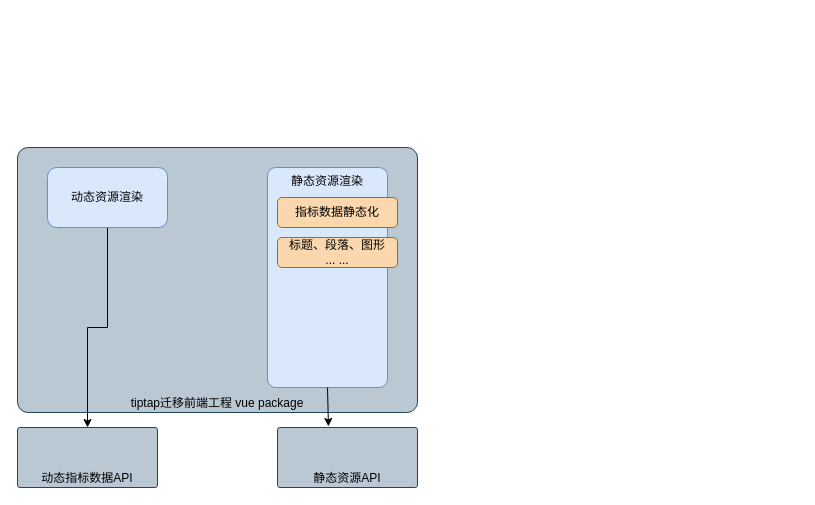
The draw.io diagram tiptapRendering-VUE.drawio in lance631/notes, before the edit. Source tidied: cells renumbered, new cells numbered last; positions are measured from the earlier drawing's top-left corner, leaving out a move shared by most shapes. Both pictures are drawn from the tidied source at 100%, with x=0, y=0 at pixel (17, 147).
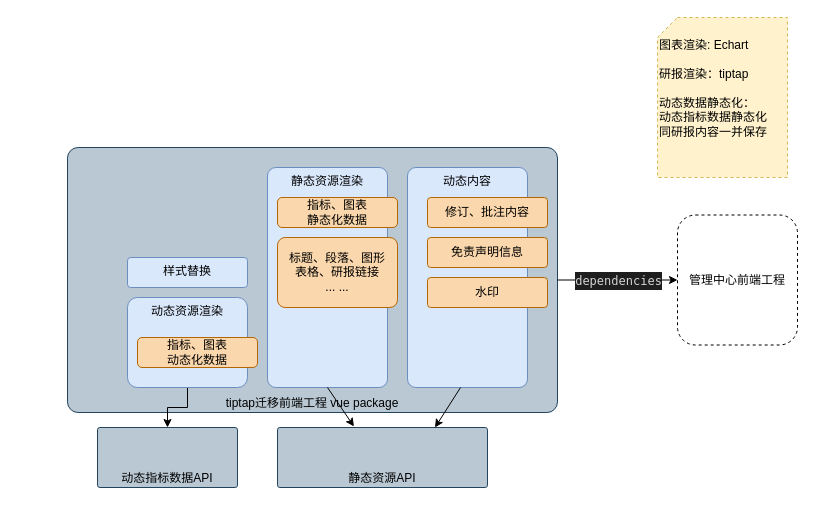
The same diagram, later.

Change to the diagram source:
```diff
@@
     <mxCell id="2" value="tiptap迁移前端工程 vue package" style="rounded=1;whiteSpace=wrap;html=1;fillColor=#bac8d3;strokeColor=#23445d;verticalAlign=bottom;arcSize=4;" parent="1" vertex="1">
-      <mxGeometry width="400" height="265" as="geometry" />
+      <mxGeometry x="50" width="490" height="265" as="geometry" />
     </mxCell>
@@
-    <mxCell id="4" value="动态资源渲染" style="rounded=1;whiteSpace=wrap;html=1;fillColor=#dae8fc;strokeColor=#6c8ebf;" parent="1" vertex="1">
-      <mxGeometry x="30" y="20" width="120" height="60" as="geometry" />
+    <mxCell id="4" value="动态资源渲染" style="rounded=1;whiteSpace=wrap;html=1;fillColor=#dae8fc;strokeColor=#6c8ebf;verticalAlign=top;arcSize=11;" parent="1" vertex="1">
+      <mxGeometry x="110" y="150" width="120" height="90" as="geometry" />
     </mxCell>
@@
-    <mxCell id="6" value="标题、段落、图形 &lt;br&gt;... ..." style="rounded=1;whiteSpace=wrap;html=1;fillColor=#fad7ac;strokeColor=#b46504;" parent="1" vertex="1">
-      <mxGeometry x="260" y="90" width="120" height="30" as="geometry" />
+    <mxCell id="6" value="标题、段落、图形 &lt;br&gt;表格、研报链接&lt;br&gt;... ..." style="rounded=1;whiteSpace=wrap;html=1;fillColor=#fad7ac;strokeColor=#b46504;arcSize=11;" parent="1" vertex="1">
+      <mxGeometry x="260" y="90" width="120" height="70" as="geometry" />
     </mxCell>
     <mxCell id="7" value="动态指标数据API" style="rounded=1;whiteSpace=wrap;html=1;fillColor=#bac8d3;strokeColor=#23445d;verticalAlign=bottom;arcSize=4;" parent="1" vertex="1">
-      <mxGeometry y="280" width="140" height="60" as="geometry" />
+      <mxGeometry x="80" y="280" width="140" height="60" as="geometry" />
     </mxCell>
     <mxCell id="8" value="静态资源API" style="rounded=1;whiteSpace=wrap;html=1;fillColor=#bac8d3;strokeColor=#23445d;verticalAlign=bottom;arcSize=4;" parent="1" vertex="1">
-      <mxGeometry x="260" y="280" width="140" height="60" as="geometry" />
+      <mxGeometry x="260" y="280" width="210" height="60" as="geometry" />
     </mxCell>
-    <mxCell id="9" value="指标数据静态化" style="rounded=1;whiteSpace=wrap;html=1;fillColor=#fad7ac;strokeColor=#b46504;" parent="1" vertex="1">
+    <mxCell id="9" value="指标、图表&lt;br&gt;静态化数据" style="rounded=1;whiteSpace=wrap;html=1;fillColor=#fad7ac;strokeColor=#b46504;" parent="1" vertex="1">
       <mxGeometry x="260" y="50" width="120" height="30" as="geometry" />
     </mxCell>
@@
+    <mxCell id="11" value="指标、图表&lt;br&gt;动态化数据" style="rounded=1;whiteSpace=wrap;html=1;fillColor=#fad7ac;strokeColor=#b46504;" parent="1" vertex="1">
+      <mxGeometry x="120" y="190" width="120" height="30" as="geometry" />
+    </mxCell>
+    <mxCell id="12" value="动态内容" style="rounded=1;whiteSpace=wrap;html=1;fillColor=#dae8fc;strokeColor=#6c8ebf;arcSize=7;verticalAlign=top;" parent="1" vertex="1">
+      <mxGeometry x="390" y="20" width="120" height="220" as="geometry" />
+    </mxCell>
+    <mxCell id="13" value="修订、批注内容" style="rounded=1;whiteSpace=wrap;html=1;fillColor=#fad7ac;strokeColor=#b46504;arcSize=11;" parent="1" vertex="1">
+      <mxGeometry x="410" y="50" width="120" height="30" as="geometry" />
+    </mxCell>
+    <mxCell id="14" value="免责声明信息" style="rounded=1;whiteSpace=wrap;html=1;fillColor=#fad7ac;strokeColor=#b46504;arcSize=11;" parent="1" vertex="1">
+      <mxGeometry x="410" y="90" width="120" height="30" as="geometry" />
+    </mxCell>
+    <mxCell id="15" style="endArrow=classic;html=1;rounded=0;entryX=0.75;entryY=0;entryDx=0;entryDy=0;exitX=0.442;exitY=1;exitDx=0;exitDy=0;exitPerimeter=0;" parent="1" edge="1" source="12" target="8">
+      <mxGeometry relative="1" as="geometry" />
+    </mxCell>
+    <mxCell id="16" value="&lt;br&gt;图表渲染: Echart&lt;br&gt;&lt;br&gt;研报渲染：tiptap&lt;br&gt;&lt;br&gt;动态数据静态化：&lt;br&gt;动态指标数据静态化&lt;br&gt;同研报内容一并保存&lt;br&gt;&lt;br&gt;" style="shape=card;whiteSpace=wrap;html=1;dashed=1;size=20;fillColor=#fff2cc;strokeColor=#d6b656;verticalAlign=top;align=left;" parent="1" vertex="1">
+      <mxGeometry x="640" y="-130" width="130" height="160" as="geometry" />
+    </mxCell>
+    <mxCell id="17" value="水印" style="rounded=1;whiteSpace=wrap;html=1;fillColor=#fad7ac;strokeColor=#b46504;arcSize=11;" parent="1" vertex="1">
+      <mxGeometry x="410" y="130" width="120" height="30" as="geometry" />
+    </mxCell>
+    <mxCell id="18" value="管理中心前端工程" style="rounded=1;whiteSpace=wrap;html=1;dashed=1;" parent="1" vertex="1">
+      <mxGeometry x="660" y="67.5" width="120" height="130" as="geometry" />
+    </mxCell>
+    <mxCell id="19" style="endArrow=classic;html=1;rounded=0;exitX=1;exitY=0.5;exitDx=0;exitDy=0;entryX=0;entryY=0.5;entryDx=0;entryDy=0;" parent="1" edge="1" source="2" target="18">
+      <mxGeometry relative="1" as="geometry" />
+    </mxCell>
+    <mxCell id="20" value="&lt;div style=&quot;color: rgb(212, 212, 212); background-color: rgb(30, 30, 30); font-family: Menlo, Monaco, &amp;quot;Courier New&amp;quot;, monospace; font-size: 12px; line-height: 18px;&quot;&gt;dependencies&lt;/div&gt;" style="edgeLabel;html=1;align=center;verticalAlign=middle;dashed=1;" parent="19" vertex="1">
+      <mxGeometry relative="1" as="geometry" />
+    </mxCell>
+    <mxCell id="21" value="样式替换" style="rounded=1;whiteSpace=wrap;html=1;fillColor=#dae8fc;strokeColor=#6c8ebf;verticalAlign=top;arcSize=11;" parent="1" vertex="1">
+      <mxGeometry x="110" y="110" width="120" height="30" as="geometry" />
+    </mxCell>
```
